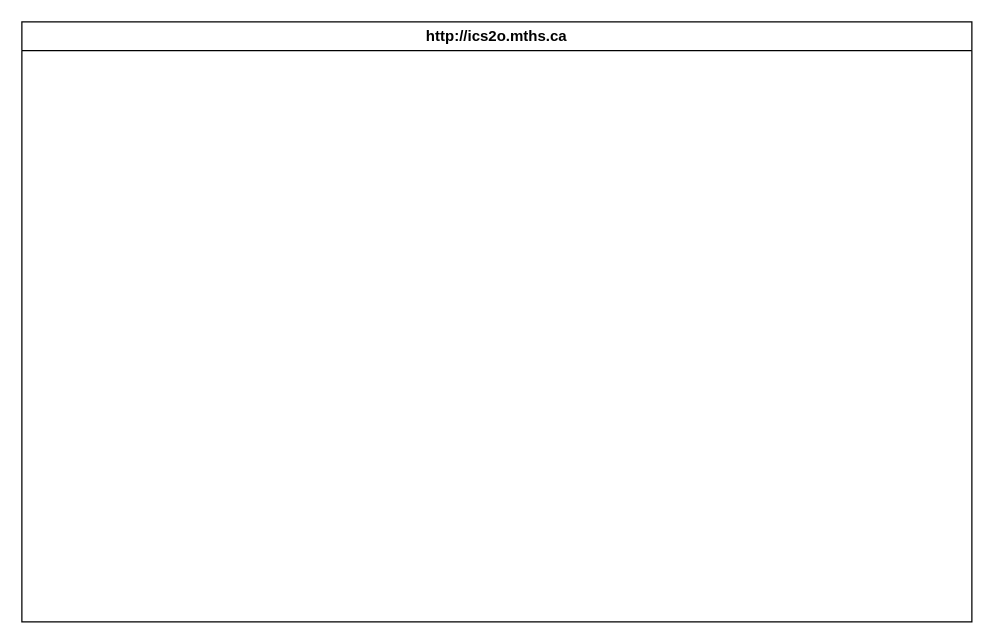
Earlier version of the draw.io diagram design/storyboard.drawio (MTHS-ICD2O-1-2023/ICD2O-Unit-5-01-Gabriel-Zanardi). Source tidied: cells renumbered, new cells numbered last; positions are measured from the earlier drawing's top-left corner, leaving out a move shared by most shapes. Both pictures are drawn from the tidied source at 125%, with x=0, y=0 at pixel (21, 21).
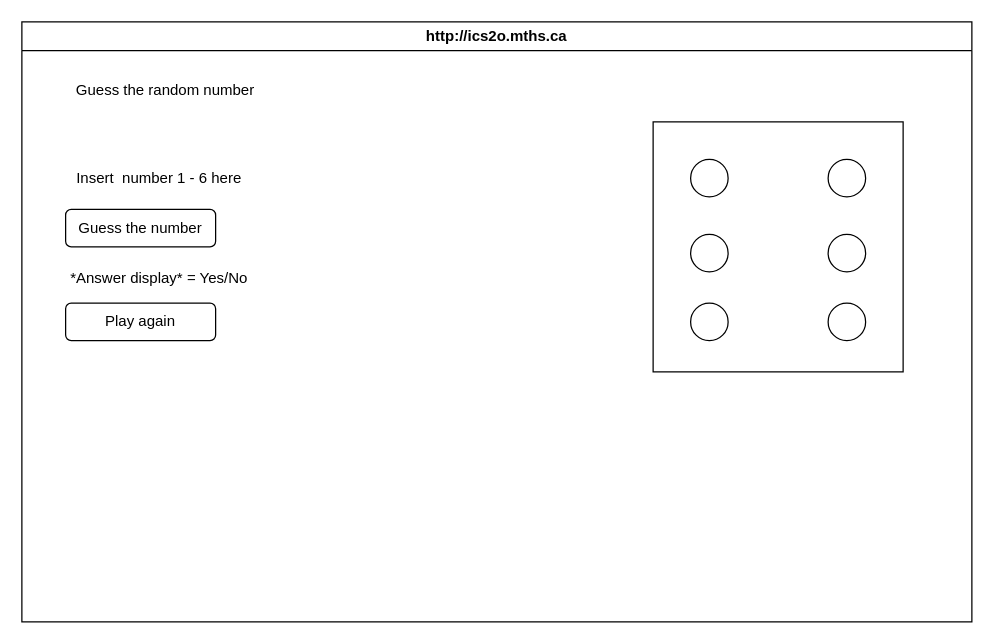
The same diagram, later.

Commit message (it also covers changes not shown here):
init storyboard and downloaded

Diff of the diagram source:
```diff
@@
 <mxGraphModel>
   <root>
     <mxCell id="0" />
     <mxCell id="1" parent="0" />
     <mxCell id="2" value="http://ics2o.mths.ca" style="swimlane;whiteSpace=wrap;html=1;" parent="1" vertex="1">
       <mxGeometry width="760" height="480" as="geometry" />
     </mxCell>
+    <mxCell id="3" value="Guess the random number" style="text;html=1;strokeColor=none;fillColor=none;align=center;verticalAlign=middle;whiteSpace=wrap;rounded=0;" parent="2" vertex="1">
+      <mxGeometry x="20" y="40" width="190" height="30" as="geometry" />
+    </mxCell>
+    <mxCell id="4" value="Insert&amp;nbsp; number 1 - 6 here" style="text;html=1;strokeColor=none;fillColor=none;align=center;verticalAlign=middle;whiteSpace=wrap;rounded=0;" parent="2" vertex="1">
+      <mxGeometry x="20" y="110" width="180" height="30" as="geometry" />
+    </mxCell>
+    <mxCell id="5" value="*Answer display* = Yes/No" style="text;html=1;strokeColor=none;fillColor=none;align=center;verticalAlign=middle;whiteSpace=wrap;rounded=0;" parent="2" vertex="1">
+      <mxGeometry x="20" y="190" width="180" height="30" as="geometry" />
+    </mxCell>
+    <mxCell id="6" value="Play again" style="rounded=1;whiteSpace=wrap;html=1;" parent="2" vertex="1">
+      <mxGeometry x="35" y="225" width="120" height="30" as="geometry" />
+    </mxCell>
+    <mxCell id="7" value="Guess the number" style="rounded=1;whiteSpace=wrap;html=1;" parent="2" vertex="1">
+      <mxGeometry x="35" y="150" width="120" height="30" as="geometry" />
+    </mxCell>
+    <mxCell id="8" style="whiteSpace=wrap;html=1;" parent="2" vertex="1">
+      <mxGeometry x="505" y="80" width="200" height="200" as="geometry" />
+    </mxCell>
+    <mxCell id="9" style="ellipse;whiteSpace=wrap;html=1;" parent="2" vertex="1">
+      <mxGeometry x="535" y="110" width="30" height="30" as="geometry" />
+    </mxCell>
+    <mxCell id="10" style="ellipse;whiteSpace=wrap;html=1;" parent="2" vertex="1">
+      <mxGeometry x="645" y="110" width="30" height="30" as="geometry" />
+    </mxCell>
+    <mxCell id="11" style="ellipse;whiteSpace=wrap;html=1;" parent="2" vertex="1">
+      <mxGeometry x="645" y="170" width="30" height="30" as="geometry" />
+    </mxCell>
+    <mxCell id="12" style="ellipse;whiteSpace=wrap;html=1;" parent="2" vertex="1">
+      <mxGeometry x="645" y="225" width="30" height="30" as="geometry" />
+    </mxCell>
+    <mxCell id="13" style="ellipse;whiteSpace=wrap;html=1;" parent="2" vertex="1">
+      <mxGeometry x="535" y="170" width="30" height="30" as="geometry" />
+    </mxCell>
+    <mxCell id="14" style="ellipse;whiteSpace=wrap;html=1;" parent="2" vertex="1">
+      <mxGeometry x="535" y="225" width="30" height="30" as="geometry" />
+    </mxCell>
   </root>
 </mxGraphModel>
```
